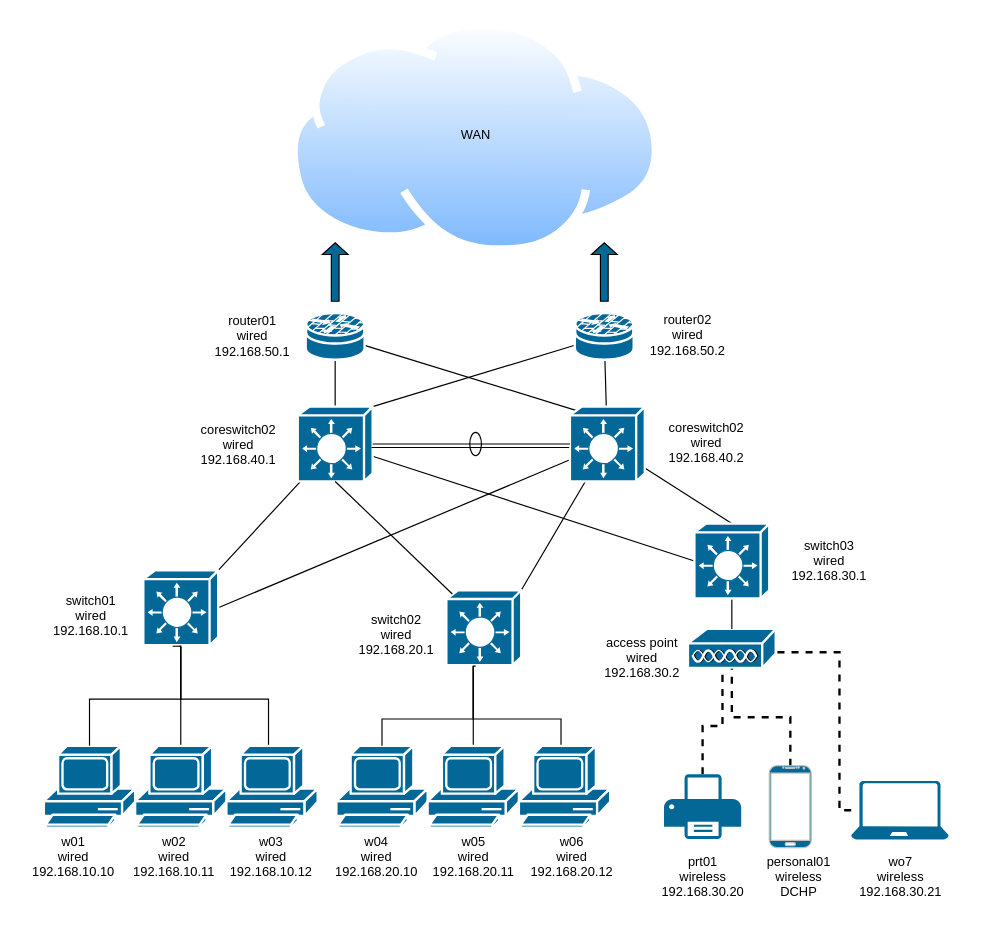
Above: page "TIer2" (1 of 3) of SuperNetwork.drawio in Reaimua/Network-Architecture-Project (draw.io), before the change. Source tidied: cells renumbered, new cells numbered last; positions are measured from the earlier drawing's top-left corner, leaving out a move shared by most shapes. Both pictures are drawn from the tidied source at 117%, with x=0, y=0 at pixel (20, 20).
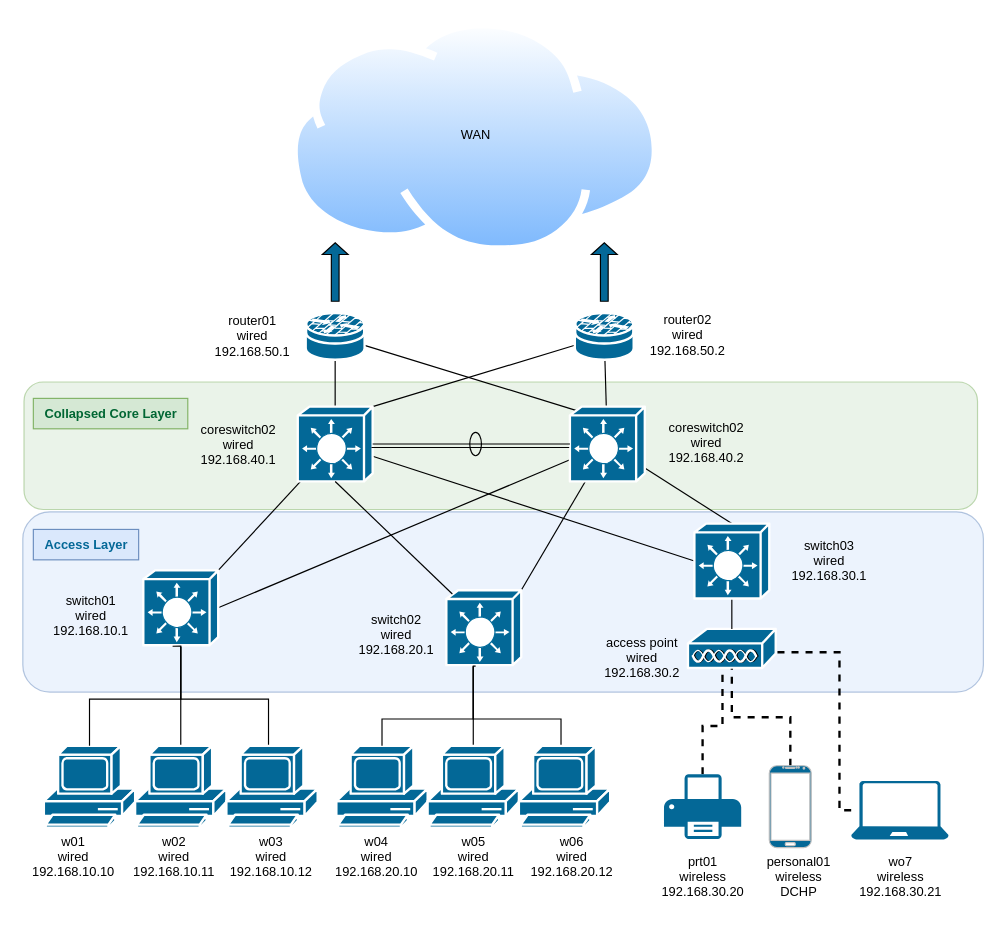
The same diagram, later.

The edit, as a diff of the source:
```diff
@@
+    <mxCell id="63" style="rounded=1;whiteSpace=wrap;html=1;fontFamily=Helvetica;fontSize=11;fillColor=#d5e8d4;strokeColor=#82b366;opacity=50;" parent="1" vertex="1">
+      <mxGeometry x="3" y="309" width="815" height="109" as="geometry" />
+    </mxCell>
+    <mxCell id="64" style="rounded=1;whiteSpace=wrap;html=1;fontFamily=Helvetica;fontSize=11;fillColor=#dae8fc;strokeColor=#6c8ebf;opacity=50;" parent="1" vertex="1">
+      <mxGeometry x="2" y="420" width="821" height="154" as="geometry" />
+    </mxCell>
@@
+    <mxCell id="65" value="&lt;b&gt;&lt;font color=&quot;#046897&quot;&gt;Access Layer&lt;/font&gt;&lt;/b&gt;" style="text;html=1;align=center;verticalAlign=middle;strokeColor=#6c8ebf;fillColor=#dae8fc;fontSize=11;fontFamily=Helvetica;" parent="1" vertex="1">
+      <mxGeometry x="11" y="435" width="90" height="26" as="geometry" />
+    </mxCell>
+    <mxCell id="66" value="&lt;b&gt;&lt;font color=&quot;#006633&quot;&gt;Collapsed Core Layer&lt;/font&gt;&lt;/b&gt;" style="text;html=1;align=center;verticalAlign=middle;strokeColor=#82b366;fillColor=#d5e8d4;fontSize=11;fontFamily=Helvetica;" parent="1" vertex="1">
+      <mxGeometry x="11" y="323" width="132" height="26" as="geometry" />
+    </mxCell>
```
